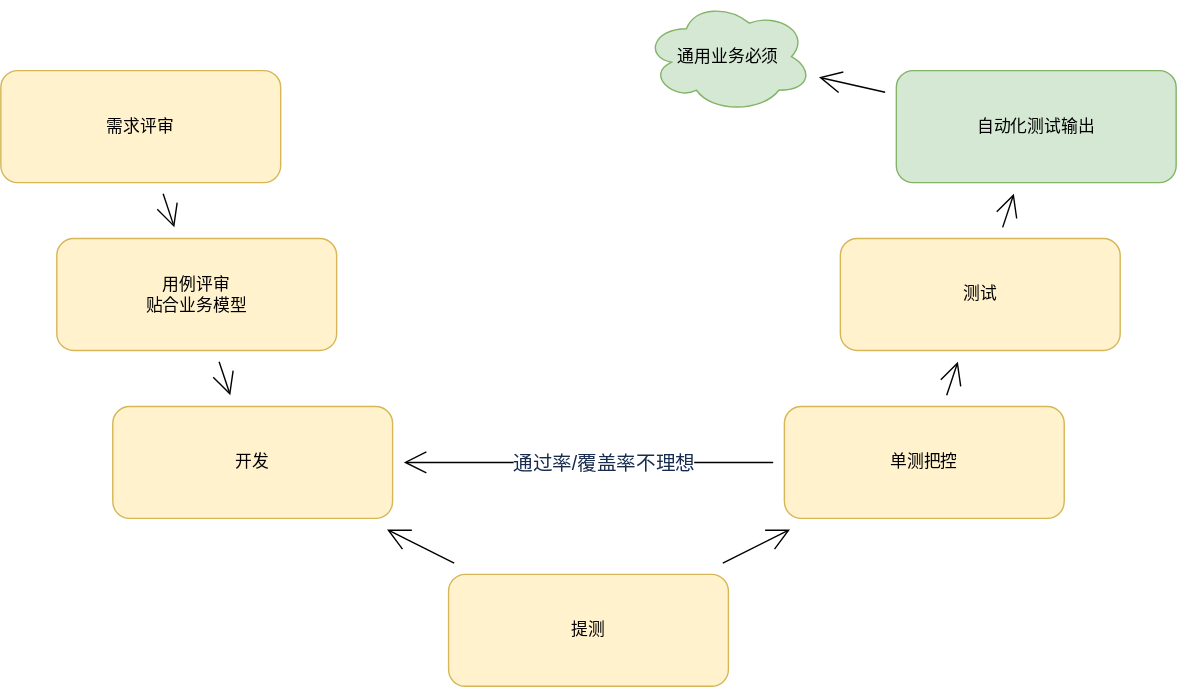
Before: ddt.drawio.svg, a diagram exported from draw.io (fsdmp/diagrams). Source tidied: cells renumbered, new cells last; positions are measured from the earlier drawing's top-left corner, leaving out a move shared by most shapes.
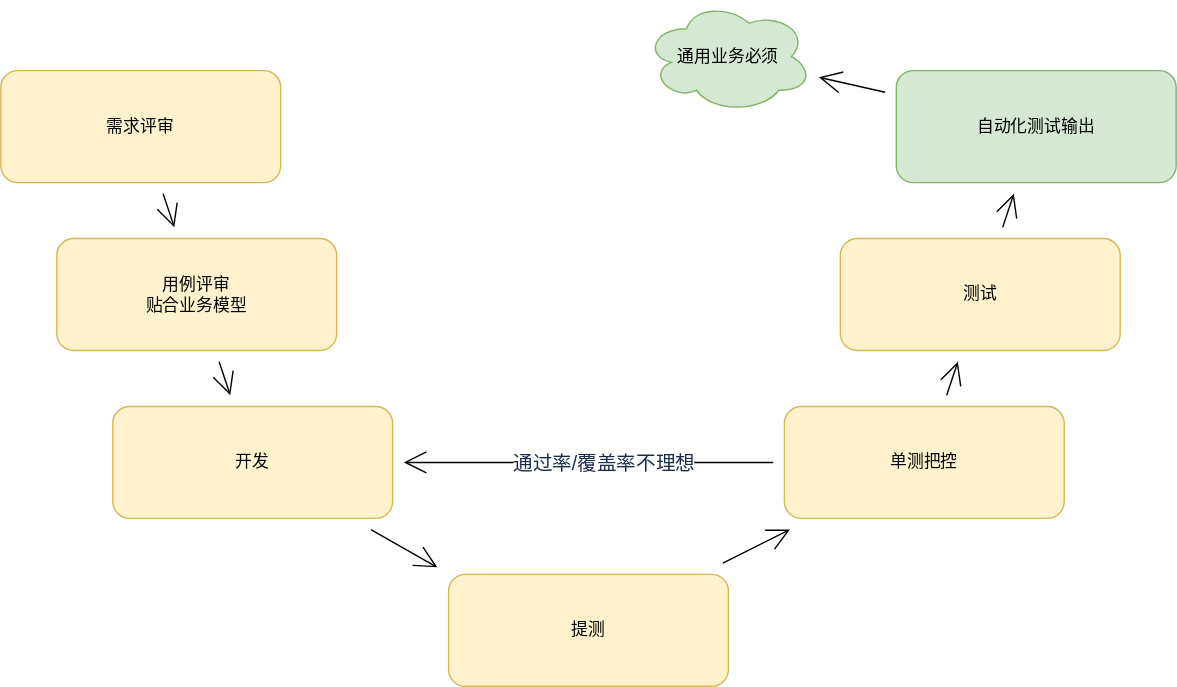
After the commit.

Diff of the diagram source:
```diff
@@ -28,6 +28,11 @@
     <mxCell id="9" value="单测把控" style="rounded=1;whiteSpace=wrap;html=1;hachureGap=4;fillColor=#fff2cc;strokeColor=#d6b656;" parent="1" vertex="1">
       <mxGeometry x="560" y="290" width="200" height="80" as="geometry" />
     </mxCell>
+    <mxCell id="19" style="edgeStyle=none;curved=1;rounded=0;jettySize=auto;html=1;endArrow=open;startSize=14;endSize=14;sourcePerimeterSpacing=8;targetPerimeterSpacing=8;" parent="1" edge="1" source="10">
+      <mxGeometry relative="1" as="geometry">
+        <mxPoint x="312" y="405" as="targetPoint" />
+      </mxGeometry>
+    </mxCell>
     <mxCell id="10" value="开发" style="rounded=1;whiteSpace=wrap;html=1;hachureGap=4;fillColor=#fff2cc;strokeColor=#d6b656;" parent="1" vertex="1">
       <mxGeometry x="80" y="290" width="200" height="80" as="geometry" />
     </mxCell>
@@ -46,9 +51,6 @@
     <mxCell id="15" value="通用业务必须" style="ellipse;shape=cloud;whiteSpace=wrap;html=1;rounded=1;strokeColor=#82b366;fillColor=#d5e8d4;hachureGap=4;" parent="1" vertex="1">
       <mxGeometry x="460" width="120" height="80" as="geometry" />
     </mxCell>
-    <mxCell id="16" style="edgeStyle=none;curved=1;rounded=0;jettySize=auto;html=1;endArrow=open;startSize=14;endSize=14;sourcePerimeterSpacing=8;targetPerimeterSpacing=8;" parent="1" edge="1" source="18" target="10">
-      <mxGeometry relative="1" as="geometry" />
-    </mxCell>
     <mxCell id="17" style="edgeStyle=none;curved=1;rounded=0;jettySize=auto;html=1;endArrow=open;startSize=14;endSize=14;sourcePerimeterSpacing=8;targetPerimeterSpacing=8;" parent="1" edge="1" source="18" target="9">
       <mxGeometry relative="1" as="geometry" />
     </mxCell>
```
